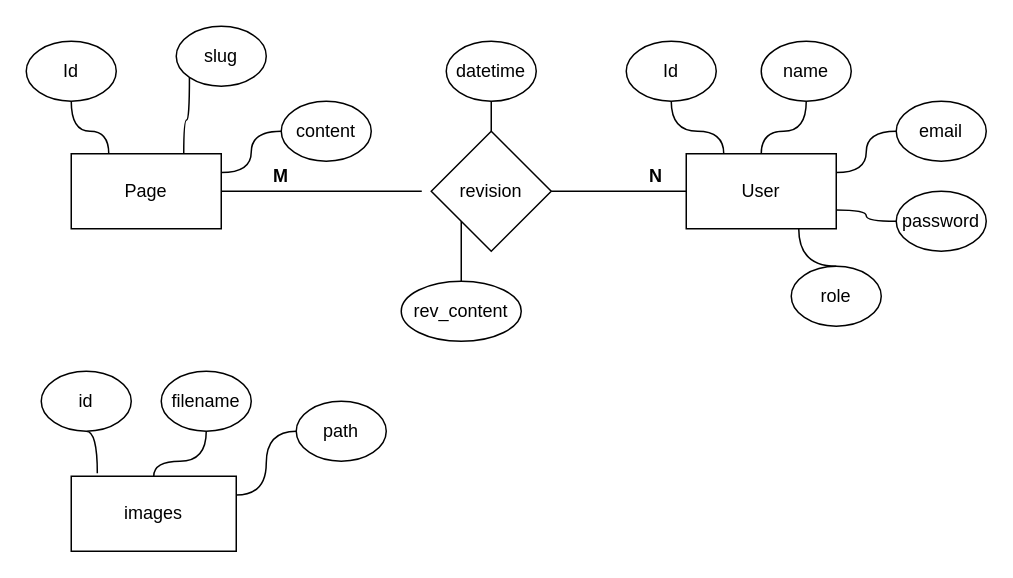
Earlier version of the draw.io diagram Untitled Diagram.drawio (vaighir/-CMS-WIKI-FI9E). Source tidied: cells renumbered, new cells numbered last; positions are measured from the earlier drawing's top-left corner, leaving out a move shared by most shapes. Both pictures are drawn from the tidied source at 150%, with x=0, y=0 at pixel (26, 26).
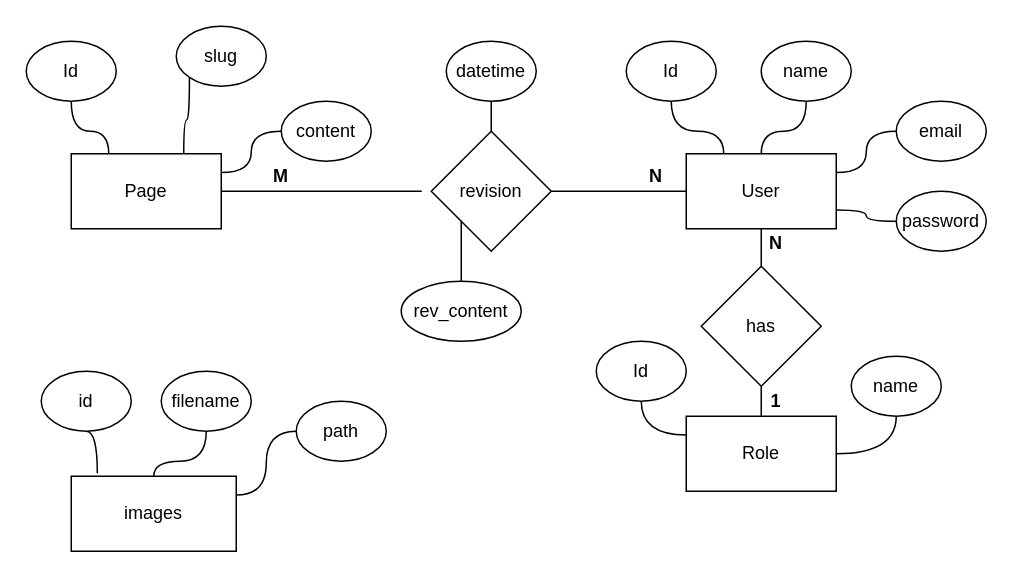
The same page after the edit.

Unchanged cells that the change refers to:
```xml
<mxCell id="12" value="User" style="rounded=0;whiteSpace=wrap;html=1;" parent="1" vertex="1">
  <mxGeometry x="440" y="85" width="100" height="50" as="geometry" />
</mxCell>
```

Change to the diagram source:
```diff
@@
+    <mxCell id="36" style="edgeStyle=orthogonalEdgeStyle;curved=1;jettySize=auto;html=1;exitX=0.5;exitY=1;exitDx=0;exitDy=0;entryX=0.5;entryY=0;entryDx=0;entryDy=0;endArrow=none;endFill=0;" parent="1" edge="1" source="12" target="43">
+      <mxGeometry relative="1" as="geometry" />
+    </mxCell>
@@
-    <mxCell id="21" style="edgeStyle=orthogonalEdgeStyle;curved=1;jettySize=auto;html=1;exitX=0.5;exitY=0;exitDx=0;exitDy=0;entryX=0.75;entryY=1;entryDx=0;entryDy=0;endArrow=none;endFill=0;" parent="1" edge="1" source="22" target="12">
-      <mxGeometry relative="1" as="geometry" />
-    </mxCell>
-    <mxCell id="22" value="role" style="ellipse;whiteSpace=wrap;html=1;" parent="1" vertex="1">
-      <mxGeometry x="510" y="160" width="60" height="40" as="geometry" />
-    </mxCell>
@@
+    <mxCell id="37" value="Role" style="rounded=0;whiteSpace=wrap;html=1;" parent="1" vertex="1">
+      <mxGeometry x="440" y="260" width="100" height="50" as="geometry" />
+    </mxCell>
+    <mxCell id="38" style="edgeStyle=orthogonalEdgeStyle;curved=1;jettySize=auto;html=1;entryX=0;entryY=0.25;entryDx=0;entryDy=0;endArrow=none;endFill=0;" parent="1" edge="1" source="39" target="37">
+      <mxGeometry relative="1" as="geometry" />
+    </mxCell>
+    <mxCell id="39" value="Id" style="ellipse;whiteSpace=wrap;html=1;" parent="1" vertex="1">
+      <mxGeometry x="380" y="210" width="60" height="40" as="geometry" />
+    </mxCell>
+    <mxCell id="40" style="edgeStyle=orthogonalEdgeStyle;curved=1;jettySize=auto;html=1;exitX=0.5;exitY=1;exitDx=0;exitDy=0;entryX=1;entryY=0.5;entryDx=0;entryDy=0;endArrow=none;endFill=0;" parent="1" edge="1" source="41" target="37">
+      <mxGeometry relative="1" as="geometry" />
+    </mxCell>
+    <mxCell id="41" value="name" style="ellipse;whiteSpace=wrap;html=1;" parent="1" vertex="1">
+      <mxGeometry x="550" y="220" width="60" height="40" as="geometry" />
+    </mxCell>
+    <mxCell id="42" style="edgeStyle=orthogonalEdgeStyle;curved=1;jettySize=auto;html=1;exitX=0.5;exitY=1;exitDx=0;exitDy=0;entryX=0.5;entryY=0;entryDx=0;entryDy=0;endArrow=none;endFill=0;" parent="1" edge="1" source="43" target="37">
+      <mxGeometry relative="1" as="geometry" />
+    </mxCell>
+    <mxCell id="43" value="has" style="rhombus;whiteSpace=wrap;html=1;" parent="1" vertex="1">
+      <mxGeometry x="450" y="160" width="80" height="80" as="geometry" />
+    </mxCell>
+    <mxCell id="44" value="&lt;b&gt;1&lt;/b&gt;" style="text;html=1;strokeColor=none;fillColor=none;align=center;verticalAlign=middle;whiteSpace=wrap;rounded=0;" parent="1" vertex="1">
+      <mxGeometry x="480" y="240" width="40" height="20" as="geometry" />
+    </mxCell>
+    <mxCell id="45" value="&lt;b&gt;N&lt;/b&gt;" style="text;html=1;strokeColor=none;fillColor=none;align=center;verticalAlign=middle;whiteSpace=wrap;rounded=0;" parent="1" vertex="1">
+      <mxGeometry x="480" y="135" width="40" height="20" as="geometry" />
+    </mxCell>
```
